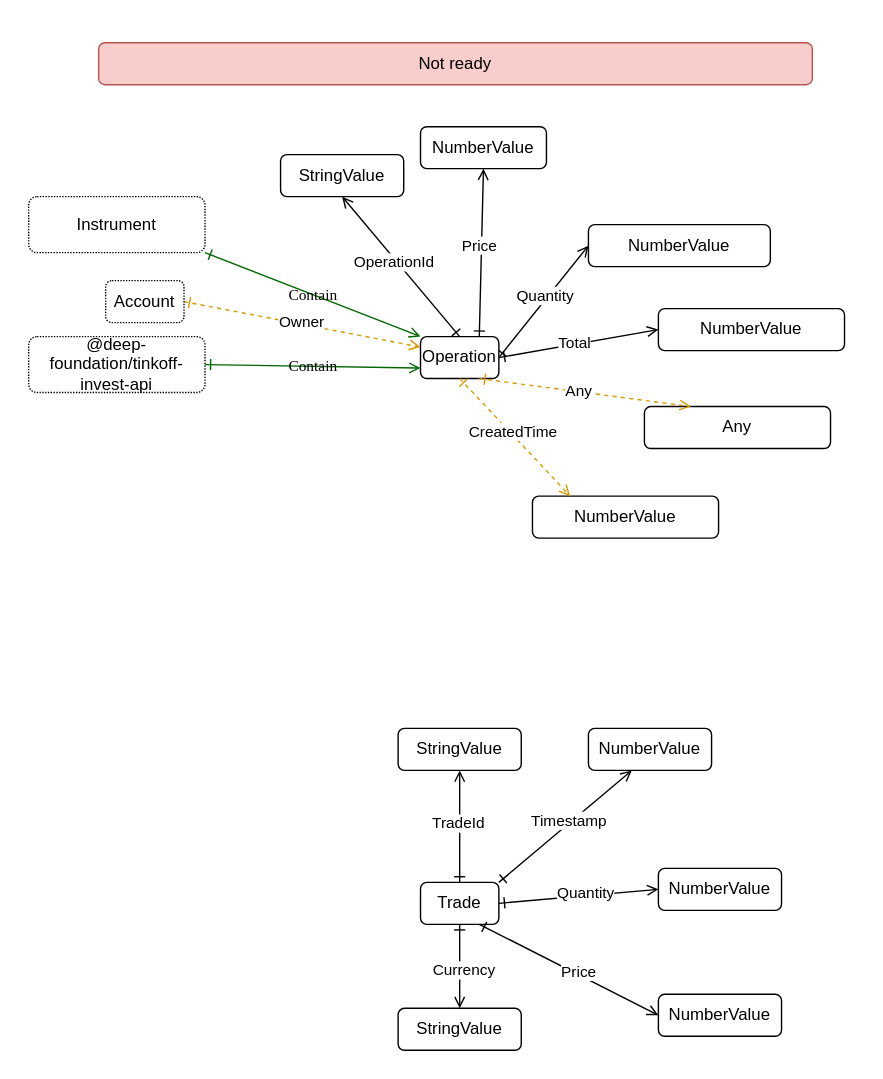
suenot/deep-tinkoff-invest-api keeps this draw.io diagram as src/trade/Trade.drawio.svg. Above is the earlier version. Source tidied: cells renumbered, new cells last; positions are measured from the earlier drawing's top-left corner, leaving out a move shared by most shapes.
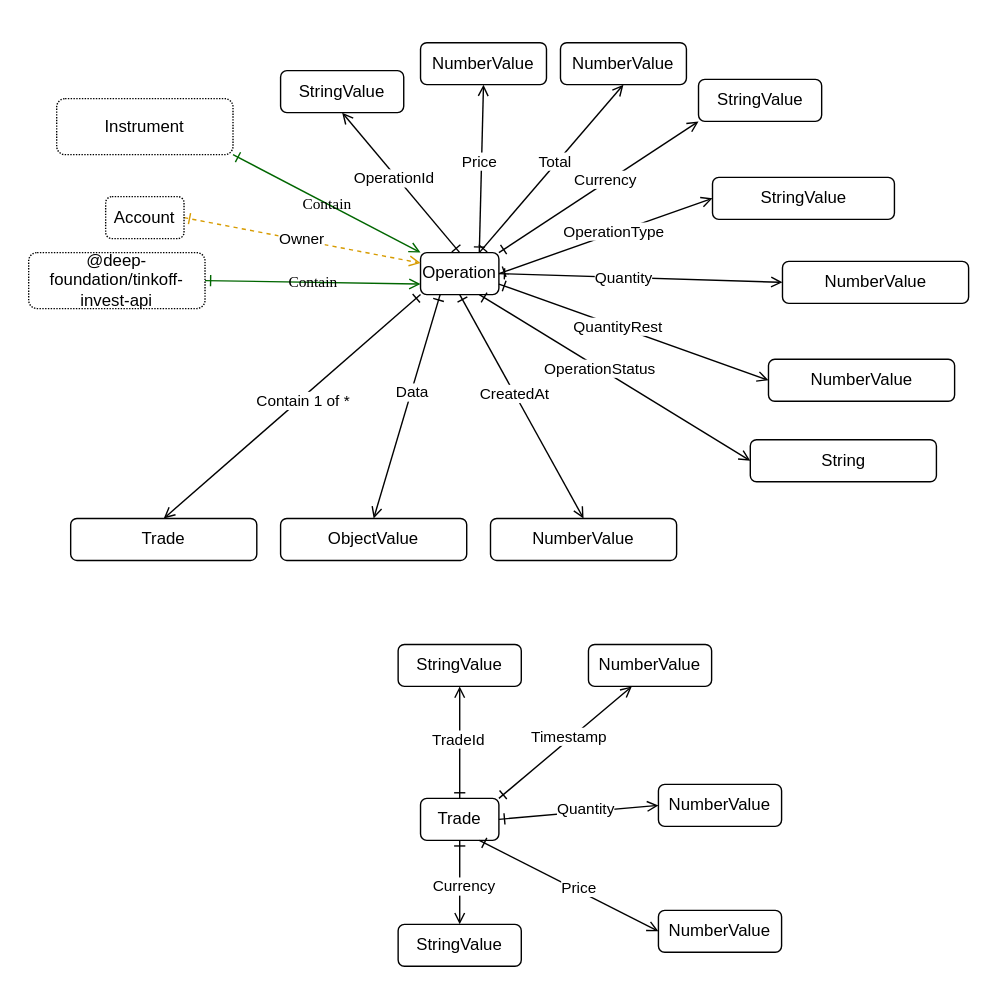
The same file after the commit.

The edit, as a diff of the source:
```diff
@@ -3,38 +3,32 @@
     <mxCell id="0" />
     <mxCell id="1" parent="0" />
     <mxCell id="2" style="rounded=0;whiteSpace=wrap;html=1;strokeColor=none;" parent="1" vertex="1">
-      <mxGeometry width="630" height="770" as="geometry" />
+      <mxGeometry y="60" width="710" height="710" as="geometry" />
     </mxCell>
     <mxCell id="3" style="edgeStyle=none;html=1;exitX=1;exitY=0.5;exitDx=0;exitDy=0;entryX=0;entryY=0.5;entryDx=0;entryDy=0;startArrow=ERone;startFill=0;endArrow=open;endFill=0;" parent="1" edge="1" source="5" target="6">
       <mxGeometry relative="1" as="geometry" />
     </mxCell>
-    <mxCell id="4" value="Quantity" style="edgeLabel;html=1;align=center;verticalAlign=middle;" parent="3" vertex="1">
+    <mxCell id="4" value="OperationType" style="edgeLabel;html=1;align=center;verticalAlign=middle;" parent="3" vertex="1">
       <mxGeometry x="0.08" y="2" relative="1" as="geometry" />
     </mxCell>
     <mxCell id="5" value="Operation" style="rounded=1;whiteSpace=wrap;html=1;labelBackgroundColor=none;" parent="1" vertex="1">
       <mxGeometry x="300" y="240" width="56" height="30" as="geometry" />
     </mxCell>
-    <mxCell id="6" value="NumberValue" style="rounded=1;whiteSpace=wrap;html=1;labelBackgroundColor=none;" parent="1" vertex="1">
-      <mxGeometry x="420" y="160" width="130" height="30" as="geometry" />
+    <mxCell id="6" value="StringValue" style="rounded=1;whiteSpace=wrap;html=1;labelBackgroundColor=none;" parent="1" vertex="1">
+      <mxGeometry x="508.6" y="186.2" width="130" height="30" as="geometry" />
     </mxCell>
     <mxCell id="7" style="edgeStyle=none;html=1;exitX=1;exitY=0.5;exitDx=0;exitDy=0;startArrow=ERone;startFill=0;entryX=0;entryY=0.5;entryDx=0;entryDy=0;endArrow=open;endFill=0;" parent="1" edge="1" source="5" target="9">
       <mxGeometry relative="1" as="geometry" />
     </mxCell>
-    <mxCell id="8" value="Total" style="edgeLabel;html=1;align=center;verticalAlign=middle;" parent="7" vertex="1">
-      <mxGeometry x="-0.07" y="1" relative="1" as="geometry" />
-    </mxCell>
+    <mxCell id="46" value="Quantity" style="edgeLabel;html=1;align=center;verticalAlign=middle;" parent="7" vertex="1">
+      <mxGeometry x="-0.12" relative="1" as="geometry" />
+    </mxCell>
     <mxCell id="9" value="NumberValue" style="rounded=1;whiteSpace=wrap;html=1;labelBackgroundColor=none;" parent="1" vertex="1">
-      <mxGeometry x="470" y="220" width="133" height="30" as="geometry" />
+      <mxGeometry x="558.6" y="246.2" width="133" height="30" as="geometry" />
     </mxCell>
-    <mxCell id="10" value="Any" style="rounded=1;whiteSpace=wrap;html=1;labelBackgroundColor=none;" parent="1" vertex="1">
-      <mxGeometry x="460" y="290" width="133" height="30" as="geometry" />
+    <mxCell id="10" value="NumberValue" style="rounded=1;whiteSpace=wrap;html=1;labelBackgroundColor=none;" parent="1" vertex="1">
+      <mxGeometry x="548.6" y="316.2" width="133" height="30" as="geometry" />
     </mxCell>
-    <mxCell id="11" style="edgeStyle=none;html=1;exitX=0.75;exitY=1;exitDx=0;exitDy=0;startArrow=ERone;startFill=0;entryX=0.25;entryY=0;entryDx=0;entryDy=0;endArrow=open;endFill=0;dashed=1;strokeColor=#D79B00;" parent="1" edge="1" source="5" target="10">
-      <mxGeometry relative="1" as="geometry" />
-    </mxCell>
-    <mxCell id="12" value="Any" style="edgeLabel;html=1;align=center;verticalAlign=middle;" parent="11" vertex="1">
-      <mxGeometry x="-0.07" y="1" relative="1" as="geometry" />
-    </mxCell>
     <mxCell id="13" style="edgeStyle=none;html=1;exitX=0.75;exitY=0;exitDx=0;exitDy=0;startArrow=ERone;startFill=0;endArrow=open;endFill=0;entryX=0.5;entryY=1;entryDx=0;entryDy=0;" parent="1" edge="1" source="5" target="15">
       <mxGeometry relative="1" as="geometry" />
     </mxCell>
@@ -60,16 +54,10 @@
       <mxGeometry relative="1" as="geometry" />
     </mxCell>
     <mxCell id="21" value="NumberValue" style="rounded=1;whiteSpace=wrap;html=1;labelBackgroundColor=none;" parent="1" vertex="1">
-      <mxGeometry x="380" y="354" width="133" height="30" as="geometry" />
+      <mxGeometry x="350" y="430" width="133" height="30" as="geometry" />
     </mxCell>
-    <mxCell id="22" style="edgeStyle=none;html=1;exitX=0.5;exitY=1;exitDx=0;exitDy=0;startArrow=ERone;startFill=0;entryX=0.203;entryY=0;entryDx=0;entryDy=0;endArrow=open;endFill=0;entryPerimeter=0;dashed=1;strokeColor=#D79B00;" parent="1" edge="1" source="5" target="21">
-      <mxGeometry relative="1" as="geometry" />
-    </mxCell>
-    <mxCell id="23" value="CreatedTime" style="edgeLabel;html=1;align=center;verticalAlign=middle;" parent="22" vertex="1">
-      <mxGeometry x="-0.07" y="1" relative="1" as="geometry" />
-    </mxCell>
     <mxCell id="24" value="Instrument" style="rounded=1;whiteSpace=wrap;html=1;labelBackgroundColor=none;dashed=1;dashPattern=1 1;" parent="1" vertex="1">
-      <mxGeometry x="20" y="140" width="126" height="40" as="geometry" />
+      <mxGeometry x="40" y="130" width="126" height="40" as="geometry" />
     </mxCell>
     <mxCell id="25" value="Contain" style="jettySize=auto;html=1;shadow=0;labelBackgroundColor=none;startArrow=ERone;startFill=0;endArrow=open;endFill=0;fontColor=#000000;fontFamily=Comic Sans MS;entryX=0;entryY=0;entryDx=0;entryDy=0;exitX=1;exitY=1;exitDx=0;exitDy=0;strokeColor=#006600;" parent="1" edge="1" source="24" target="5">
       <mxGeometry relative="1" as="geometry" />
@@ -131,8 +119,62 @@
     <mxCell id="44" value="Currency" style="edgeLabel;html=1;align=center;verticalAlign=middle;" parent="43" vertex="1">
       <mxGeometry x="0.08" y="2" relative="1" as="geometry" />
     </mxCell>
-    <mxCell id="45" value="Not ready" style="rounded=1;whiteSpace=wrap;html=1;labelBackgroundColor=none;fillColor=#f8cecc;strokeColor=#b85450;" parent="1" vertex="1">
-      <mxGeometry x="70" y="30" width="510" height="30" as="geometry" />
-    </mxCell>
+    <mxCell id="47" value="StringValue" style="rounded=1;whiteSpace=wrap;html=1;labelBackgroundColor=none;" parent="1" vertex="1">
+      <mxGeometry x="498.6" y="116.2" width="88" height="30" as="geometry" />
+    </mxCell>
+    <mxCell id="48" style="edgeStyle=none;html=1;exitX=1;exitY=0;exitDx=0;exitDy=0;entryX=0;entryY=1;entryDx=0;entryDy=0;startArrow=ERone;startFill=0;endArrow=open;endFill=0;" parent="1" edge="1" source="5" target="47">
+      <mxGeometry relative="1" as="geometry" />
+    </mxCell>
+    <mxCell id="49" value="Currency" style="edgeLabel;html=1;align=center;verticalAlign=middle;" parent="48" vertex="1">
+      <mxGeometry x="0.08" y="2" relative="1" as="geometry" />
+    </mxCell>
+    <mxCell id="50" value="Trade" style="rounded=1;whiteSpace=wrap;html=1;labelBackgroundColor=none;" parent="1" vertex="1">
+      <mxGeometry x="50" y="430" width="133" height="30" as="geometry" />
+    </mxCell>
+    <mxCell id="51" style="edgeStyle=none;html=1;exitX=0;exitY=1;exitDx=0;exitDy=0;startArrow=ERone;startFill=0;entryX=0.5;entryY=0;entryDx=0;entryDy=0;endArrow=open;endFill=0;" parent="1" edge="1" source="5" target="50">
+      <mxGeometry relative="1" as="geometry" />
+    </mxCell>
+    <mxCell id="52" value="Contain 1 of *" style="edgeLabel;html=1;align=center;verticalAlign=middle;" parent="51" vertex="1">
+      <mxGeometry x="-0.07" y="1" relative="1" as="geometry" />
+    </mxCell>
+    <mxCell id="11" style="edgeStyle=none;html=1;exitX=1;exitY=0.75;exitDx=0;exitDy=0;startArrow=ERone;startFill=0;entryX=0;entryY=0.5;entryDx=0;entryDy=0;endArrow=open;endFill=0;" parent="1" edge="1" source="5" target="10">
+      <mxGeometry relative="1" as="geometry" />
+    </mxCell>
+    <mxCell id="53" value="QuantityRest" style="edgeLabel;html=1;align=center;verticalAlign=middle;" parent="11" vertex="1">
+      <mxGeometry x="-0.12" relative="1" as="geometry" />
+    </mxCell>
+    <mxCell id="54" value="String" style="rounded=1;whiteSpace=wrap;html=1;labelBackgroundColor=none;" parent="1" vertex="1">
+      <mxGeometry x="535.6" y="373.8" width="133" height="30" as="geometry" />
+    </mxCell>
+    <mxCell id="55" style="edgeStyle=none;html=1;exitX=0.75;exitY=1;exitDx=0;exitDy=0;startArrow=ERone;startFill=0;entryX=0;entryY=0.5;entryDx=0;entryDy=0;endArrow=open;endFill=0;" parent="1" edge="1" source="5" target="54">
+      <mxGeometry relative="1" as="geometry" />
+    </mxCell>
+    <mxCell id="56" value="OperationStatus" style="edgeLabel;html=1;align=center;verticalAlign=middle;" parent="55" vertex="1">
+      <mxGeometry x="-0.12" relative="1" as="geometry" />
+    </mxCell>
+    <mxCell id="57" value="NumberValue" style="rounded=1;whiteSpace=wrap;html=1;labelBackgroundColor=none;" parent="1" vertex="1">
+      <mxGeometry x="400" y="90" width="90" height="30" as="geometry" />
+    </mxCell>
+    <mxCell id="58" style="edgeStyle=none;html=1;exitX=0.75;exitY=0;exitDx=0;exitDy=0;startArrow=ERone;startFill=0;endArrow=open;endFill=0;entryX=0.5;entryY=1;entryDx=0;entryDy=0;" parent="1" edge="1" source="5" target="57">
+      <mxGeometry relative="1" as="geometry" />
+    </mxCell>
+    <mxCell id="8" value="Total" style="edgeLabel;html=1;align=center;verticalAlign=middle;" parent="58" vertex="1">
+      <mxGeometry x="0.08" y="2" relative="1" as="geometry" />
+    </mxCell>
+    <mxCell id="22" style="edgeStyle=none;html=1;exitX=0.5;exitY=1;exitDx=0;exitDy=0;startArrow=ERone;startFill=0;entryX=0.5;entryY=0;entryDx=0;entryDy=0;endArrow=open;endFill=0;" parent="1" edge="1" source="5" target="21">
+      <mxGeometry relative="1" as="geometry" />
+    </mxCell>
+    <mxCell id="59" value="CreatedAt" style="edgeLabel;html=1;align=center;verticalAlign=middle;" parent="22" vertex="1">
+      <mxGeometry x="-0.12" relative="1" as="geometry" />
+    </mxCell>
+    <mxCell id="60" value="ObjectValue" style="rounded=1;whiteSpace=wrap;html=1;labelBackgroundColor=none;" parent="1" vertex="1">
+      <mxGeometry x="200" y="430" width="133" height="30" as="geometry" />
+    </mxCell>
+    <mxCell id="61" style="edgeStyle=none;html=1;exitX=0.25;exitY=1;exitDx=0;exitDy=0;startArrow=ERone;startFill=0;entryX=0.5;entryY=0;entryDx=0;entryDy=0;endArrow=open;endFill=0;" parent="1" edge="1" source="5" target="60">
+      <mxGeometry relative="1" as="geometry" />
+    </mxCell>
+    <mxCell id="62" value="Data" style="edgeLabel;html=1;align=center;verticalAlign=middle;" parent="61" vertex="1">
+      <mxGeometry x="-0.12" relative="1" as="geometry" />
+    </mxCell>
   </root>
 </mxGraphModel>
```
